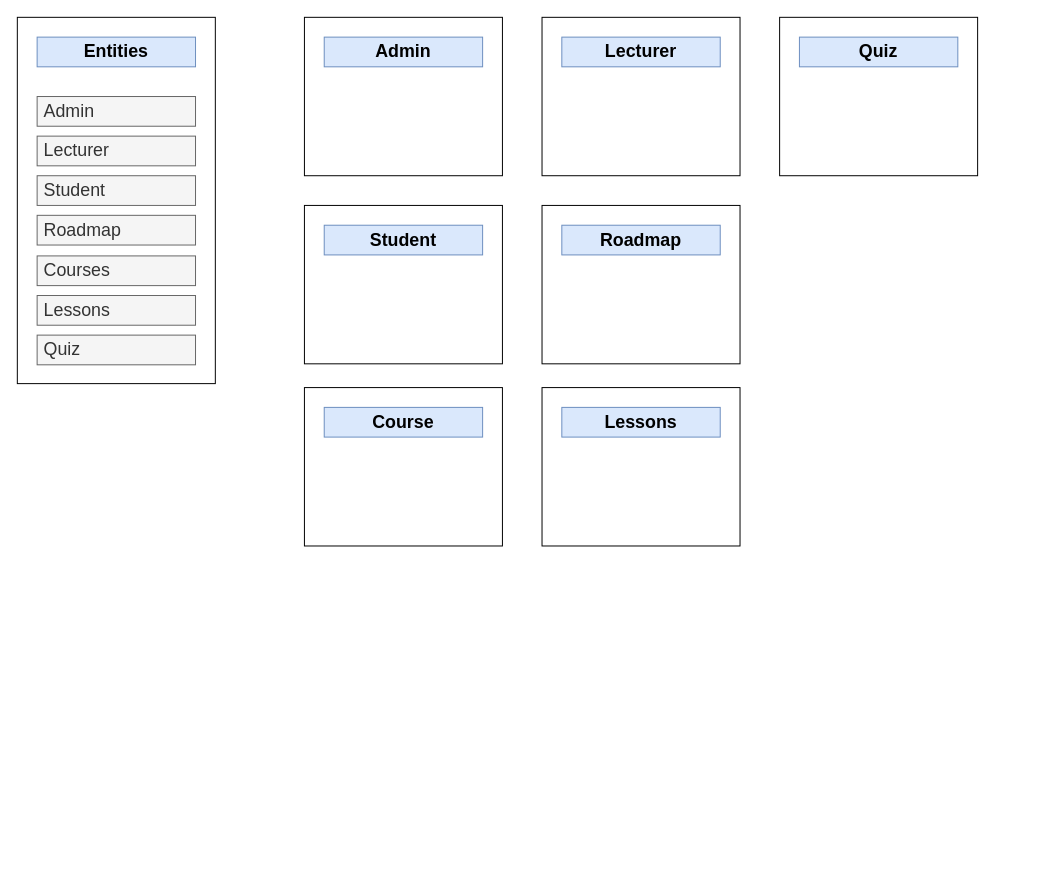
This is codehance/Untitled Diagram.drawio from kingsley-ijomah/draw.io, a draw.io file, before an edit. Source tidied: cells renumbered, new cells numbered last; positions are measured from the earlier drawing's top-left corner, leaving out a move shared by most shapes. Both pictures are drawn from the tidied source at 99%, with x=0, y=0 at pixel (17, 17).
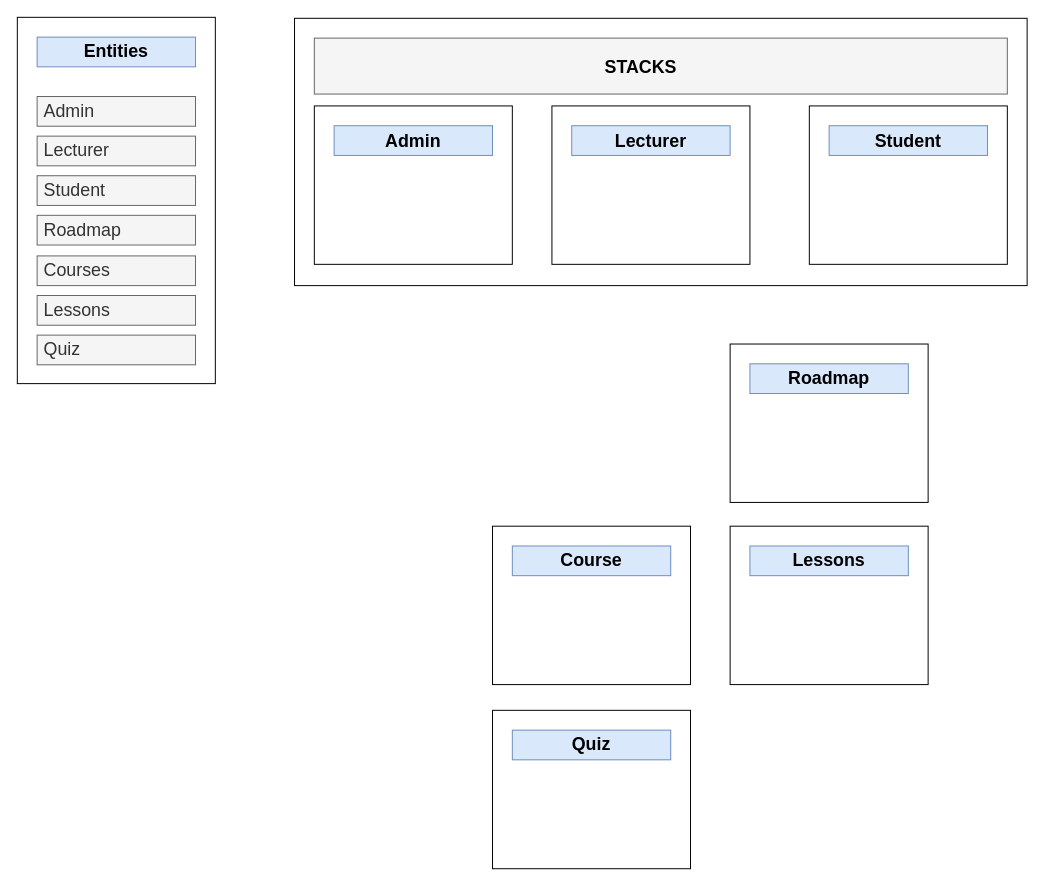
The same diagram, later.

Diff of the diagram source:
```diff
@@
+    <mxCell id="25" style="rounded=0;whiteSpace=wrap;html=1;align=left;" parent="1" vertex="1">
+      <mxGeometry x="280" y="1" width="740" height="270" as="geometry" />
+    </mxCell>
@@
     <mxCell id="11" style="rounded=0;whiteSpace=wrap;html=1;align=left;" parent="1" vertex="1">
-      <mxGeometry x="290" width="200" height="160" as="geometry" />
+      <mxGeometry x="300" y="89.5" width="200" height="160" as="geometry" />
     </mxCell>
     <mxCell id="12" value="&lt;b&gt;&lt;font style=&quot;font-size: 18px;&quot;&gt;Admin&lt;/font&gt;&lt;/b&gt;" style="text;html=1;strokeColor=#6c8ebf;fillColor=#dae8fc;align=center;verticalAlign=middle;whiteSpace=wrap;rounded=0;" parent="1" vertex="1">
-      <mxGeometry x="310" y="20" width="160" height="30" as="geometry" />
+      <mxGeometry x="320" y="109.5" width="160" height="30" as="geometry" />
     </mxCell>
     <mxCell id="13" style="rounded=0;whiteSpace=wrap;html=1;align=left;" parent="1" vertex="1">
-      <mxGeometry x="530" width="200" height="160" as="geometry" />
+      <mxGeometry x="540" y="89.5" width="200" height="160" as="geometry" />
     </mxCell>
     <mxCell id="14" value="&lt;b&gt;&lt;font style=&quot;font-size: 18px;&quot;&gt;Lecturer&lt;/font&gt;&lt;/b&gt;" style="text;html=1;strokeColor=#6c8ebf;fillColor=#dae8fc;align=center;verticalAlign=middle;whiteSpace=wrap;rounded=0;" parent="1" vertex="1">
-      <mxGeometry x="550" y="20" width="160" height="30" as="geometry" />
+      <mxGeometry x="560" y="109.5" width="160" height="30" as="geometry" />
     </mxCell>
     <mxCell id="15" style="rounded=0;whiteSpace=wrap;html=1;align=left;" parent="1" vertex="1">
-      <mxGeometry x="290" y="190" width="200" height="160" as="geometry" />
+      <mxGeometry x="800" y="89.5" width="200" height="160" as="geometry" />
     </mxCell>
     <mxCell id="16" value="&lt;b&gt;&lt;font style=&quot;font-size: 18px;&quot;&gt;Student&lt;/font&gt;&lt;/b&gt;" style="text;html=1;strokeColor=#6c8ebf;fillColor=#dae8fc;align=center;verticalAlign=middle;whiteSpace=wrap;rounded=0;" parent="1" vertex="1">
-      <mxGeometry x="310" y="210" width="160" height="30" as="geometry" />
+      <mxGeometry x="820" y="109.5" width="160" height="30" as="geometry" />
     </mxCell>
     <mxCell id="17" style="rounded=0;whiteSpace=wrap;html=1;align=left;" parent="1" vertex="1">
-      <mxGeometry x="530" y="190" width="200" height="160" as="geometry" />
+      <mxGeometry x="720" y="330" width="200" height="160" as="geometry" />
     </mxCell>
     <mxCell id="18" value="&lt;b&gt;&lt;font style=&quot;font-size: 18px;&quot;&gt;Roadmap&lt;/font&gt;&lt;/b&gt;" style="text;html=1;strokeColor=#6c8ebf;fillColor=#dae8fc;align=center;verticalAlign=middle;whiteSpace=wrap;rounded=0;" parent="1" vertex="1">
-      <mxGeometry x="550" y="210" width="160" height="30" as="geometry" />
+      <mxGeometry x="740" y="350" width="160" height="30" as="geometry" />
     </mxCell>
     <mxCell id="19" style="rounded=0;whiteSpace=wrap;html=1;align=left;" parent="1" vertex="1">
-      <mxGeometry x="290" y="374" width="200" height="160" as="geometry" />
+      <mxGeometry x="480" y="514" width="200" height="160" as="geometry" />
     </mxCell>
     <mxCell id="20" value="&lt;b&gt;&lt;font style=&quot;font-size: 18px;&quot;&gt;Course&lt;/font&gt;&lt;/b&gt;" style="text;html=1;strokeColor=#6c8ebf;fillColor=#dae8fc;align=center;verticalAlign=middle;whiteSpace=wrap;rounded=0;" parent="1" vertex="1">
-      <mxGeometry x="310" y="394" width="160" height="30" as="geometry" />
+      <mxGeometry x="500" y="534" width="160" height="30" as="geometry" />
     </mxCell>
     <mxCell id="21" style="rounded=0;whiteSpace=wrap;html=1;align=left;" parent="1" vertex="1">
-      <mxGeometry x="530" y="374" width="200" height="160" as="geometry" />
+      <mxGeometry x="720" y="514" width="200" height="160" as="geometry" />
     </mxCell>
     <mxCell id="22" value="&lt;b&gt;&lt;font style=&quot;font-size: 18px;&quot;&gt;Lessons&lt;/font&gt;&lt;/b&gt;" style="text;html=1;strokeColor=#6c8ebf;fillColor=#dae8fc;align=center;verticalAlign=middle;whiteSpace=wrap;rounded=0;" parent="1" vertex="1">
-      <mxGeometry x="550" y="394" width="160" height="30" as="geometry" />
+      <mxGeometry x="740" y="534" width="160" height="30" as="geometry" />
     </mxCell>
     <mxCell id="23" style="rounded=0;whiteSpace=wrap;html=1;align=left;" parent="1" vertex="1">
-      <mxGeometry x="770" width="200" height="160" as="geometry" />
+      <mxGeometry x="480" y="700" width="200" height="160" as="geometry" />
     </mxCell>
     <mxCell id="24" value="&lt;span style=&quot;font-size: 18px;&quot;&gt;&lt;b&gt;Quiz&lt;/b&gt;&lt;/span&gt;" style="text;html=1;strokeColor=#6c8ebf;fillColor=#dae8fc;align=center;verticalAlign=middle;whiteSpace=wrap;rounded=0;" parent="1" vertex="1">
-      <mxGeometry x="790" y="20" width="160" height="30" as="geometry" />
+      <mxGeometry x="500" y="720" width="160" height="30" as="geometry" />
     </mxCell>
+    <mxCell id="26" style="rounded=0;whiteSpace=wrap;html=1;align=left;fillColor=#f5f5f5;fontColor=#333333;strokeColor=#666666;" parent="1" vertex="1">
+      <mxGeometry x="300" y="21" width="700" height="56.5" as="geometry" />
+    </mxCell>
+    <mxCell id="27" value="STACKS" style="text;html=1;strokeColor=none;fillColor=none;align=center;verticalAlign=middle;whiteSpace=wrap;rounded=0;fontSize=18;fontStyle=1;" parent="1" vertex="1">
+      <mxGeometry x="570" y="36" width="120" height="30" as="geometry" />
+    </mxCell>
```
